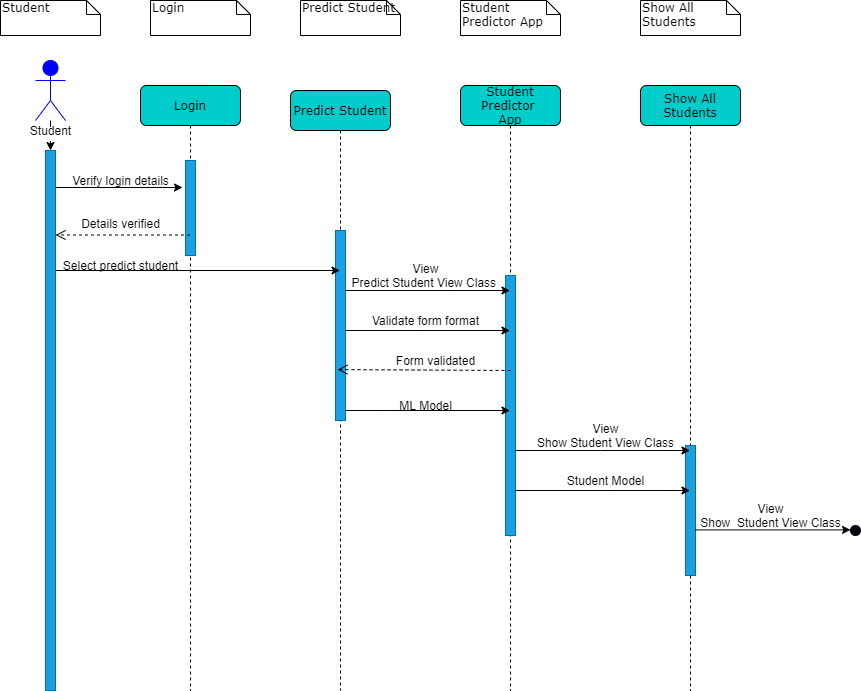
Earlier version of the draw.io export wiki/images/Sequence Diagram.png (NicMuir/Software_Design_Project-2020). Source tidied: cells renumbered, new cells last; positions are measured from the earlier drawing's top-left corner, leaving out a move shared by most shapes.
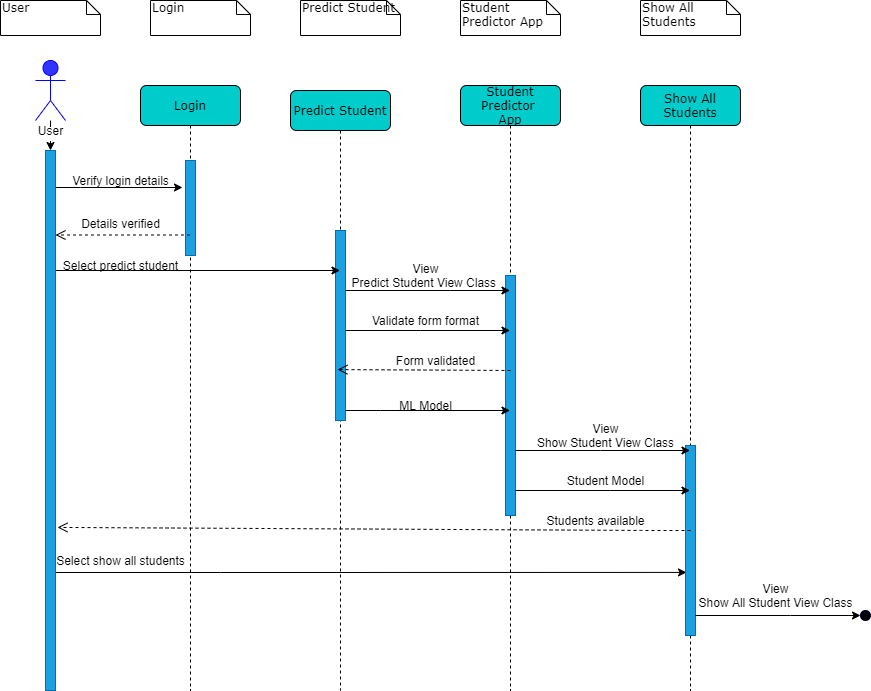
Later version of the same file.

What changed in the source:
```diff
@@ -8,7 +8,7 @@
     <mxCell id="3" style="html=1;points=[];perimeter=orthogonalPerimeter;fillColor=#1ba1e2;strokeColor=#006EAF;fontColor=#ffffff;" parent="2" vertex="1">
       <mxGeometry x="45" y="140" width="10" height="190" as="geometry" />
     </mxCell>
-    <mxCell id="4" value="Student" style="shape=note;whiteSpace=wrap;html=1;size=14;verticalAlign=top;align=left;spacingTop=-6;rounded=0;shadow=0;comic=0;labelBackgroundColor=none;strokeWidth=1;fontFamily=Verdana;fontSize=12;" parent="1" vertex="1">
+    <mxCell id="4" value="User" style="shape=note;whiteSpace=wrap;html=1;size=14;verticalAlign=top;align=left;spacingTop=-6;rounded=0;shadow=0;comic=0;labelBackgroundColor=none;strokeWidth=1;fontFamily=Verdana;fontSize=12;" parent="1" vertex="1">
       <mxGeometry width="100" height="35" as="geometry" />
     </mxCell>
     <mxCell id="5" value="Predict Student" style="shape=note;whiteSpace=wrap;html=1;size=14;verticalAlign=top;align=left;spacingTop=-6;rounded=0;shadow=0;comic=0;labelBackgroundColor=none;strokeWidth=1;fontFamily=Verdana;fontSize=12;" parent="1" vertex="1">
@@ -20,7 +20,7 @@
     <mxCell id="7" style="edgeStyle=orthogonalEdgeStyle;rounded=0;jettySize=auto;html=1;" parent="1" edge="1" source="8" target="11">
       <mxGeometry relative="1" as="geometry" />
     </mxCell>
-    <mxCell id="8" value="Student" style="shape=umlActor;verticalLabelPosition=bottom;labelBackgroundColor=#ffffff;verticalAlign=top;html=1;direction=east;fillColor=#0000FF;strokeColor=#0000FF;fontColor=#ffffff;" parent="1" vertex="1">
+    <mxCell id="8" value="Student" style="shape=umlActor;verticalLabelPosition=bottom;labelBackgroundColor=#ffffff;verticalAlign=top;html=1;direction=east;fillColor=#3333FF;strokeColor=#0000FF;fontColor=#ffffff;" parent="1" vertex="1">
       <mxGeometry x="35" y="60" width="30" height="60" as="geometry" />
     </mxCell>
     <mxCell id="9" style="edgeStyle=orthogonalEdgeStyle;rounded=0;jettySize=auto;html=1;" parent="1" edge="1" source="11" target="2">
@@ -40,6 +40,14 @@
         </Array>
       </mxGeometry>
     </mxCell>
+    <mxCell id="41" style="edgeStyle=orthogonalEdgeStyle;rounded=0;jettySize=auto;html=1;entryX=0.1;entryY=0.668;entryDx=0;entryDy=0;entryPerimeter=0;" parent="1" edge="1" source="11" target="18">
+      <mxGeometry relative="1" as="geometry">
+        <Array as="points">
+          <mxPoint x="220" y="572" />
+          <mxPoint x="220" y="572" />
+        </Array>
+      </mxGeometry>
+    </mxCell>
     <mxCell id="11" style="html=1;points=[];perimeter=orthogonalPerimeter;fillColor=#1ba1e2;strokeColor=#006EAF;fontColor=#ffffff;" parent="1" vertex="1">
       <mxGeometry x="45" y="150" width="10" height="540" as="geometry" />
     </mxCell>
@@ -53,7 +61,7 @@
       <mxGeometry x="460" y="85" width="100" height="605" as="geometry" />
     </mxCell>
     <mxCell id="15" style="html=1;points=[];perimeter=orthogonalPerimeter;fillColor=#1ba1e2;strokeColor=#006EAF;fontColor=#ffffff;" parent="14" vertex="1">
-      <mxGeometry x="45" y="190" width="10" height="260" as="geometry" />
+      <mxGeometry x="45" y="190" width="10" height="240" as="geometry" />
     </mxCell>
     <mxCell id="16" value="Show All Students" style="shape=note;whiteSpace=wrap;html=1;size=14;verticalAlign=top;align=left;spacingTop=-6;rounded=0;shadow=0;comic=0;labelBackgroundColor=none;strokeWidth=1;fontFamily=Verdana;fontSize=12;" parent="1" vertex="1">
       <mxGeometry x="640" width="100" height="35" as="geometry" />
@@ -62,7 +70,7 @@
       <mxGeometry x="640" y="85" width="100" height="605" as="geometry" />
     </mxCell>
     <mxCell id="18" style="html=1;points=[];perimeter=orthogonalPerimeter;fillColor=#1ba1e2;strokeColor=#006EAF;fontColor=#ffffff;" parent="17" vertex="1">
-      <mxGeometry x="45" y="360" width="10" height="130" as="geometry" />
+      <mxGeometry x="45" y="360" width="10" height="190" as="geometry" />
     </mxCell>
     <mxCell id="19" value="View&lt;br&gt;Show Student View Class" style="text;html=1;align=center;verticalAlign=middle;" parent="1" vertex="1">
       <mxGeometry x="530" y="420" width="150" height="30" as="geometry" />
@@ -94,11 +102,11 @@
         </Array>
       </mxGeometry>
     </mxCell>
-    <mxCell id="24" value="View&lt;br&gt;Show&amp;nbsp; Student View Class" style="text;html=1;align=center;verticalAlign=middle;" parent="1" vertex="1">
-      <mxGeometry x="690" y="500" width="160" height="30" as="geometry" />
+    <mxCell id="24" value="View&lt;br&gt;Show All Student View Class" style="text;html=1;align=center;verticalAlign=middle;" parent="1" vertex="1">
+      <mxGeometry x="690" y="580" width="170" height="30" as="geometry" />
     </mxCell>
-    <mxCell id="25" value="Student" style="text;html=1;align=center;verticalAlign=middle;" parent="1" vertex="1">
-      <mxGeometry x="20" y="120" width="60" height="20" as="geometry" />
+    <mxCell id="25" value="User" style="text;html=1;align=center;verticalAlign=middle;" parent="1" vertex="1">
+      <mxGeometry x="30" y="120" width="40" height="20" as="geometry" />
     </mxCell>
     <mxCell id="26" style="ellipse;whiteSpace=wrap;html=1;strokeColor=#000033;fillColor=#000000;" parent="1" vertex="1">
       <mxGeometry x="215" y="530" as="geometry" />
@@ -106,12 +114,13 @@
     <mxCell id="27" style="edgeStyle=orthogonalEdgeStyle;rounded=0;jettySize=auto;html=1;" parent="1" edge="1" source="18" target="28">
       <mxGeometry relative="1" as="geometry">
         <Array as="points">
-          <mxPoint x="855" y="530" />
+          <mxPoint x="790" y="615" />
+          <mxPoint x="790" y="615" />
         </Array>
       </mxGeometry>
     </mxCell>
     <mxCell id="28" style="ellipse;whiteSpace=wrap;html=1;strokeColor=#000033;fillColor=#000000;" parent="1" vertex="1">
-      <mxGeometry x="850" y="525" width="10" height="10" as="geometry" />
+      <mxGeometry x="860" y="610" width="10" height="10" as="geometry" />
     </mxCell>
     <mxCell id="29" value="Login" style="shape=note;whiteSpace=wrap;html=1;size=14;verticalAlign=top;align=left;spacingTop=-6;rounded=0;shadow=0;comic=0;labelBackgroundColor=none;strokeWidth=1;fontFamily=Verdana;fontSize=12;" parent="1" vertex="1">
       <mxGeometry x="150" width="100" height="35" as="geometry" />
@@ -163,5 +172,19 @@
         </Array>
       </mxGeometry>
     </mxCell>
+    <mxCell id="42" style="html=1;verticalAlign=bottom;endArrow=open;dashed=1;endSize=8;entryX=1.2;entryY=0.698;entryDx=0;entryDy=0;entryPerimeter=0;" parent="1" edge="1" target="11">
+      <mxGeometry x="-0.25" y="-50" relative="1" as="geometry">
+        <mxPoint x="690" y="530" as="sourcePoint" />
+        <Array as="points">
+          <mxPoint x="650" y="530" />
+        </Array>
+      </mxGeometry>
+    </mxCell>
+    <mxCell id="43" value="Students available" style="text;html=1;align=center;verticalAlign=middle;" parent="1" vertex="1">
+      <mxGeometry x="540" y="510" width="110" height="20" as="geometry" />
+    </mxCell>
+    <mxCell id="44" value="Select show all students" style="text;html=1;align=center;verticalAlign=middle;" parent="1" vertex="1">
+      <mxGeometry x="50" y="550" width="140" height="20" as="geometry" />
+    </mxCell>
   </root>
 </mxGraphModel>
```
